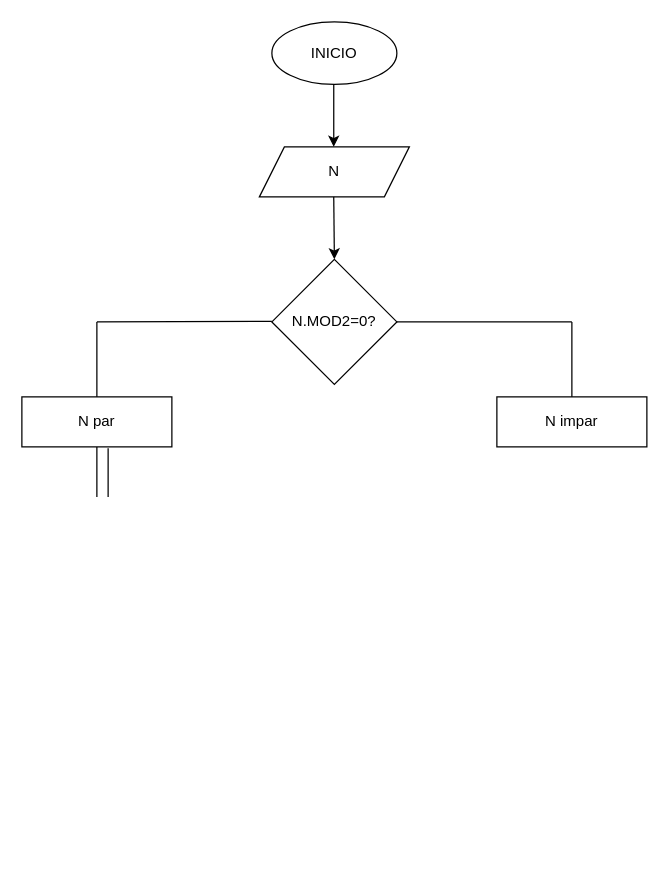
The draw.io diagram ejercicio.3/diagrama.drawio in mariagomez1-hub/taller_condicionales, before the edit. Source tidied: cells renumbered, new cells numbered last; positions are measured from the earlier drawing's top-left corner, leaving out a move shared by most shapes. Both pictures are drawn from the tidied source at 125%, with x=0, y=0 at pixel (21, 21).
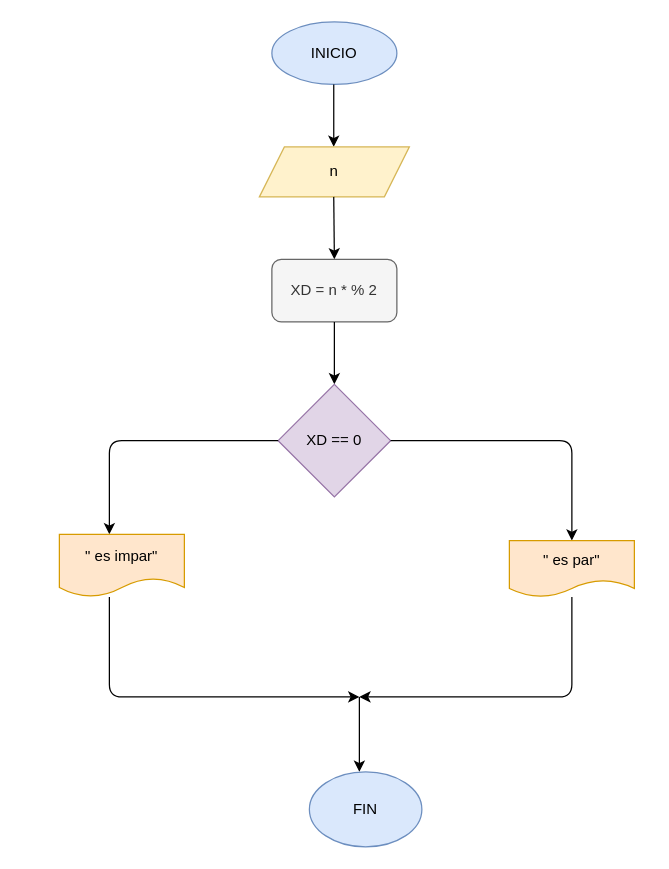
The same page after the edit.

The edit, as a diff of the source:
```diff
@@
-    <mxCell id="2" value="INICIO" style="ellipse;whiteSpace=wrap;html=1;" parent="1" vertex="1">
+    <mxCell id="2" value="INICIO" style="ellipse;whiteSpace=wrap;html=1;fillColor=#dae8fc;strokeColor=#6c8ebf;" parent="1" vertex="1">
       <mxGeometry x="200" width="100" height="50" as="geometry" />
     </mxCell>
@@
-    <mxCell id="4" value="N" style="shape=parallelogram;perimeter=parallelogramPerimeter;whiteSpace=wrap;html=1;fixedSize=1;" parent="1" vertex="1">
+    <mxCell id="4" value="n" style="shape=parallelogram;perimeter=parallelogramPerimeter;whiteSpace=wrap;html=1;fixedSize=1;fillColor=#fff2cc;strokeColor=#d6b656;" parent="1" vertex="1">
       <mxGeometry x="190" y="100" width="120" height="40" as="geometry" />
     </mxCell>
@@
-    <mxCell id="6" value="N.MOD2=0?" style="rhombus;whiteSpace=wrap;html=1;" parent="1" vertex="1">
-      <mxGeometry x="200" y="190" width="100" height="100" as="geometry" />
-    </mxCell>
-    <mxCell id="7" style="endArrow=none;html=1;exitX=1;exitY=0.5;exitDx=0;exitDy=0;" parent="1" edge="1" source="6">
-      <mxGeometry relative="1" as="geometry">
-        <mxPoint x="440" y="240" as="targetPoint" />
-      </mxGeometry>
-    </mxCell>
-    <mxCell id="8" style="endArrow=none;html=1;" parent="1" edge="1">
-      <mxGeometry relative="1" as="geometry">
-        <mxPoint x="60" y="240" as="sourcePoint" />
-        <mxPoint x="200" y="239.5" as="targetPoint" />
-      </mxGeometry>
-    </mxCell>
-    <mxCell id="9" style="endArrow=none;html=1;" parent="1" edge="1">
-      <mxGeometry relative="1" as="geometry">
-        <mxPoint x="60" y="300" as="sourcePoint" />
-        <mxPoint x="60" y="240" as="targetPoint" />
-      </mxGeometry>
-    </mxCell>
-    <mxCell id="10" style="endArrow=none;html=1;" parent="1" edge="1">
-      <mxGeometry relative="1" as="geometry">
-        <mxPoint x="440" y="300" as="sourcePoint" />
-        <mxPoint x="440" y="240" as="targetPoint" />
-      </mxGeometry>
-    </mxCell>
-    <mxCell id="11" value="N impar" style="rounded=0;whiteSpace=wrap;html=1;" parent="1" vertex="1">
-      <mxGeometry x="380" y="300" width="120" height="40" as="geometry" />
-    </mxCell>
-    <mxCell id="12" value="N par" style="rounded=0;whiteSpace=wrap;html=1;" parent="1" vertex="1">
-      <mxGeometry y="300" width="120" height="40" as="geometry" />
-    </mxCell>
-    <mxCell id="13" style="endArrow=none;html=1;" parent="1" edge="1">
-      <mxGeometry relative="1" as="geometry">
-        <mxPoint x="60" y="380" as="sourcePoint" />
-        <mxPoint x="60" y="340" as="targetPoint" />
-      </mxGeometry>
-    </mxCell>
-    <mxCell id="14" style="endArrow=none;html=1;entryX=0.575;entryY=1.025;entryDx=0;entryDy=0;entryPerimeter=0;" parent="1" edge="1" target="12">
-      <mxGeometry relative="1" as="geometry">
-        <mxPoint x="69" y="380" as="sourcePoint" />
-      </mxGeometry>
-    </mxCell>
+    <mxCell id="15" value="XD = n * % 2" style="rounded=1;whiteSpace=wrap;html=1;fillColor=#f5f5f5;fontColor=#333333;strokeColor=#666666;" parent="1" vertex="1">
+      <mxGeometry x="200" y="190" width="100" height="50" as="geometry" />
+    </mxCell>
+    <mxCell id="16" style="endArrow=classic;html=1;" parent="1" edge="1">
+      <mxGeometry relative="1" as="geometry">
+        <mxPoint x="250" y="240" as="sourcePoint" />
+        <mxPoint x="250" y="290" as="targetPoint" />
+      </mxGeometry>
+    </mxCell>
+    <mxCell id="17" value="XD == 0" style="rhombus;whiteSpace=wrap;html=1;fillColor=#e1d5e7;strokeColor=#9673a6;" parent="1" vertex="1">
+      <mxGeometry x="205" y="290" width="90" height="90" as="geometry" />
+    </mxCell>
+    <mxCell id="18" style="endArrow=classic;html=1;exitX=0;exitY=0.5;exitDx=0;exitDy=0;" parent="1" edge="1" source="17">
+      <mxGeometry relative="1" as="geometry">
+        <mxPoint x="70" y="410" as="targetPoint" />
+        <Array as="points">
+          <mxPoint x="70" y="335" />
+        </Array>
+      </mxGeometry>
+    </mxCell>
+    <mxCell id="19" value="&quot; es impar&quot;" style="shape=document;whiteSpace=wrap;html=1;boundedLbl=1;fillColor=#ffe6cc;strokeColor=#d79b00;" parent="1" vertex="1">
+      <mxGeometry x="30" y="410" width="100" height="50" as="geometry" />
+    </mxCell>
+    <mxCell id="20" style="endArrow=classic;html=1;exitX=1;exitY=0.5;exitDx=0;exitDy=0;entryX=0.5;entryY=0;entryDx=0;entryDy=0;" parent="1" edge="1" source="17" target="21">
+      <mxGeometry relative="1" as="geometry">
+        <Array as="points">
+          <mxPoint x="440" y="335" />
+        </Array>
+      </mxGeometry>
+    </mxCell>
+    <mxCell id="21" value="&quot; es par&quot;" style="shape=document;whiteSpace=wrap;html=1;boundedLbl=1;fillColor=#ffe6cc;strokeColor=#d79b00;" parent="1" vertex="1">
+      <mxGeometry x="390" y="415" width="100" height="45" as="geometry" />
+    </mxCell>
+    <mxCell id="22" style="endArrow=classic;html=1;" parent="1" edge="1">
+      <mxGeometry relative="1" as="geometry">
+        <mxPoint x="440" y="460" as="sourcePoint" />
+        <mxPoint x="270" y="540" as="targetPoint" />
+        <Array as="points">
+          <mxPoint x="440" y="540" />
+        </Array>
+      </mxGeometry>
+    </mxCell>
+    <mxCell id="23" style="endArrow=classic;html=1;" parent="1" edge="1">
+      <mxGeometry relative="1" as="geometry">
+        <mxPoint x="70" y="460" as="sourcePoint" />
+        <mxPoint x="270" y="540" as="targetPoint" />
+        <Array as="points">
+          <mxPoint x="70" y="540" />
+        </Array>
+      </mxGeometry>
+    </mxCell>
+    <mxCell id="24" style="endArrow=classic;html=1;" parent="1" edge="1">
+      <mxGeometry relative="1" as="geometry">
+        <mxPoint x="270" y="540" as="sourcePoint" />
+        <mxPoint x="270" y="600" as="targetPoint" />
+      </mxGeometry>
+    </mxCell>
+    <mxCell id="25" value="FIN" style="ellipse;whiteSpace=wrap;html=1;fillColor=#dae8fc;strokeColor=#6c8ebf;" parent="1" vertex="1">
+      <mxGeometry x="230" y="600" width="90" height="60" as="geometry" />
+    </mxCell>
```
